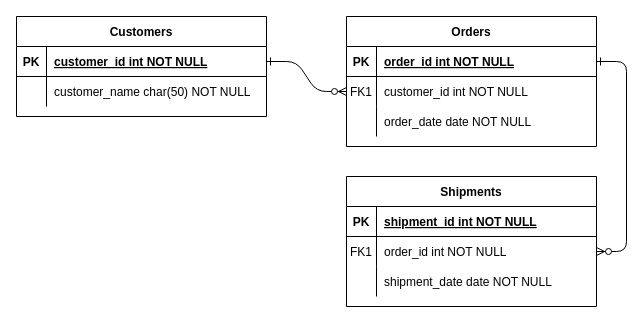
Earlier version of the draw.io diagram Base de Datos/Pokemon_TCG_1.drawio (leaguirre3/A1749322_-TC2005B). Source tidied: cells renumbered, new cells numbered last; positions are measured from the earlier drawing's top-left corner, leaving out a move shared by most shapes. Both pictures are drawn from the tidied source at 100%, with x=0, y=0 at pixel (16, 16).
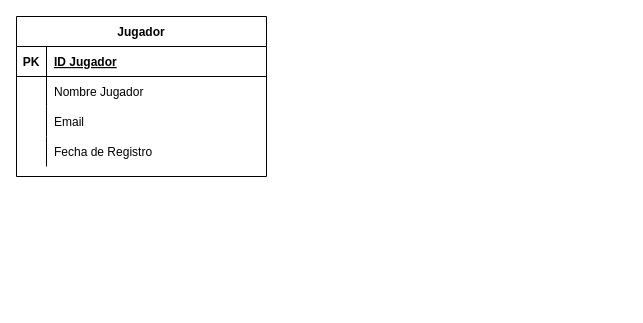
Above is the later version.

Unchanged cells that the change refers to:
```xml
<mxCell id="25" style="shape=partialRectangle;fillColor=none;points=[[0,0.5],[1,0.5]];portConstraint=eastwest;top=0;left=0;right=0;bottom=1;" parent="24" vertex="1">
  <mxGeometry y="30" width="250" height="30" as="geometry" />
</mxCell>
<mxCell id="28" style="shape=partialRectangle;fillColor=none;top=0;left=0;right=0;bottom=0;" parent="24" vertex="1">
  <mxGeometry y="60" width="250" height="30" as="geometry" />
</mxCell>
```

Diff of the diagram source:
```diff
@@
-    <mxCell id="2" style="edgeStyle=entityRelationEdgeStyle;endArrow=ERzeroToMany;startArrow=ERone;endFill=1;startFill=0;" parent="1" edge="1" source="25" target="8">
-      <mxGeometry relative="1" as="geometry" />
-    </mxCell>
-    <mxCell id="3" style="edgeStyle=entityRelationEdgeStyle;endArrow=ERzeroToMany;startArrow=ERone;endFill=1;startFill=0;" parent="1" edge="1" source="5" target="18">
-      <mxGeometry relative="1" as="geometry" />
-    </mxCell>
-    <mxCell id="4" value="Orders" style="shape=table;startSize=30;childLayout=tableLayout;rowLines=0;fontStyle=1;align=center;" parent="1" vertex="1">
-      <mxGeometry x="330" width="250" height="130" as="geometry" />
-    </mxCell>
-    <mxCell id="5" style="shape=partialRectangle;fillColor=none;points=[[0,0.5],[1,0.5]];portConstraint=eastwest;top=0;left=0;right=0;bottom=1;" parent="4" vertex="1">
-      <mxGeometry y="30" width="250" height="30" as="geometry" />
-    </mxCell>
-    <mxCell id="6" value="PK" style="shape=partialRectangle;overflow=hidden;fillColor=none;top=0;left=0;bottom=0;right=0;fontStyle=1;" parent="5" vertex="1">
-      <mxGeometry width="30" height="30" as="geometry" />
-    </mxCell>
-    <mxCell id="7" value="order_id int NOT NULL " style="shape=partialRectangle;overflow=hidden;fillColor=none;top=0;left=0;bottom=0;right=0;align=left;spacingLeft=6;fontStyle=5;" parent="5" vertex="1">
-      <mxGeometry x="30" width="220" height="30" as="geometry" />
-    </mxCell>
-    <mxCell id="8" style="shape=partialRectangle;fillColor=none;points=[[0,0.5],[1,0.5]];portConstraint=eastwest;top=0;left=0;right=0;bottom=0;" parent="4" vertex="1">
-      <mxGeometry y="60" width="250" height="30" as="geometry" />
-    </mxCell>
-    <mxCell id="9" value="FK1" style="shape=partialRectangle;overflow=hidden;fillColor=none;top=0;left=0;bottom=0;right=0;" parent="8" vertex="1">
-      <mxGeometry width="30" height="30" as="geometry" />
-    </mxCell>
-    <mxCell id="10" value="customer_id int NOT NULL" style="shape=partialRectangle;overflow=hidden;fillColor=none;top=0;left=0;bottom=0;right=0;align=left;spacingLeft=6;" parent="8" vertex="1">
-      <mxGeometry x="30" width="220" height="30" as="geometry" />
-    </mxCell>
-    <mxCell id="11" style="shape=partialRectangle;fillColor=none;top=0;left=0;right=0;bottom=0;" parent="4" vertex="1">
-      <mxGeometry y="90" width="250" height="30" as="geometry" />
-    </mxCell>
-    <mxCell id="12" style="shape=partialRectangle;overflow=hidden;fillColor=none;top=0;left=0;bottom=0;right=0;" parent="11" vertex="1">
-      <mxGeometry width="30" height="30" as="geometry" />
-    </mxCell>
-    <mxCell id="13" value="order_date date NOT NULL" style="shape=partialRectangle;overflow=hidden;fillColor=none;top=0;left=0;bottom=0;right=0;align=left;spacingLeft=6;" parent="11" vertex="1">
-      <mxGeometry x="30" width="220" height="30" as="geometry" />
-    </mxCell>
-    <mxCell id="14" value="Shipments" style="shape=table;startSize=30;childLayout=tableLayout;rowLines=0;fontStyle=1;align=center;" parent="1" vertex="1">
-      <mxGeometry x="330" y="160" width="250" height="130" as="geometry" />
-    </mxCell>
-    <mxCell id="15" style="shape=partialRectangle;fillColor=none;top=0;left=0;right=0;bottom=1;" parent="14" vertex="1">
-      <mxGeometry y="30" width="250" height="30" as="geometry" />
-    </mxCell>
-    <mxCell id="16" value="PK" style="shape=partialRectangle;overflow=hidden;fillColor=none;top=0;left=0;bottom=0;right=0;fontStyle=1;" parent="15" vertex="1">
-      <mxGeometry width="30" height="30" as="geometry" />
-    </mxCell>
-    <mxCell id="17" value="shipment_id int NOT NULL " style="shape=partialRectangle;overflow=hidden;fillColor=none;top=0;left=0;bottom=0;right=0;align=left;spacingLeft=6;fontStyle=5;" parent="15" vertex="1">
-      <mxGeometry x="30" width="220" height="30" as="geometry" />
-    </mxCell>
-    <mxCell id="18" style="shape=partialRectangle;fillColor=none;points=[[0,0.5],[1,0.5]];portConstraint=eastwest;top=0;left=0;right=0;bottom=0;" parent="14" vertex="1">
-      <mxGeometry y="60" width="250" height="30" as="geometry" />
-    </mxCell>
-    <mxCell id="19" value="FK1" style="shape=partialRectangle;overflow=hidden;fillColor=none;top=0;left=0;bottom=0;right=0;" parent="18" vertex="1">
-      <mxGeometry width="30" height="30" as="geometry" />
-    </mxCell>
-    <mxCell id="20" value="order_id int NOT NULL" style="shape=partialRectangle;overflow=hidden;fillColor=none;top=0;left=0;bottom=0;right=0;align=left;spacingLeft=6;" parent="18" vertex="1">
-      <mxGeometry x="30" width="220" height="30" as="geometry" />
-    </mxCell>
-    <mxCell id="21" style="shape=partialRectangle;fillColor=none;top=0;left=0;right=0;bottom=0;" parent="14" vertex="1">
-      <mxGeometry y="90" width="250" height="30" as="geometry" />
-    </mxCell>
-    <mxCell id="22" style="shape=partialRectangle;overflow=hidden;fillColor=none;top=0;left=0;bottom=0;right=0;" parent="21" vertex="1">
-      <mxGeometry width="30" height="30" as="geometry" />
-    </mxCell>
-    <mxCell id="23" value="shipment_date date NOT NULL" style="shape=partialRectangle;overflow=hidden;fillColor=none;top=0;left=0;bottom=0;right=0;align=left;spacingLeft=6;" parent="21" vertex="1">
-      <mxGeometry x="30" width="220" height="30" as="geometry" />
-    </mxCell>
-    <mxCell id="24" value="Customers" style="shape=table;startSize=30;childLayout=tableLayout;rowLines=0;fontStyle=1;align=center;" parent="1" vertex="1">
-      <mxGeometry width="250" height="100" as="geometry" />
+    <mxCell id="24" value="Jugador" style="shape=table;startSize=30;childLayout=tableLayout;rowLines=0;fontStyle=1;align=center;" parent="1" vertex="1">
+      <mxGeometry width="250" height="160" as="geometry" />
     </mxCell>
@@
-    <mxCell id="27" value="customer_id int NOT NULL " style="shape=partialRectangle;overflow=hidden;fillColor=none;top=0;left=0;bottom=0;right=0;align=left;spacingLeft=6;fontStyle=5;" parent="25" vertex="1">
+    <mxCell id="27" value="ID Jugador" style="shape=partialRectangle;overflow=hidden;fillColor=none;top=0;left=0;bottom=0;right=0;align=left;spacingLeft=6;fontStyle=5;" parent="25" vertex="1">
       <mxGeometry x="30" width="220" height="30" as="geometry" />
     </mxCell>
@@
-    <mxCell id="30" value="customer_name char(50) NOT NULL" style="shape=partialRectangle;overflow=hidden;fillColor=none;top=0;left=0;bottom=0;right=0;align=left;spacingLeft=6;" parent="28" vertex="1">
+    <mxCell id="30" value="Nombre Jugador" style="shape=partialRectangle;overflow=hidden;fillColor=none;top=0;left=0;bottom=0;right=0;align=left;spacingLeft=6;" parent="28" vertex="1">
       <mxGeometry x="30" width="220" height="30" as="geometry" />
     </mxCell>
+    <mxCell id="31" style="shape=tableRow;horizontal=0;startSize=0;swimlaneHead=0;swimlaneBody=0;fillColor=none;top=0;left=0;right=0;bottom=0;" parent="24" vertex="1">
+      <mxGeometry y="90" width="250" height="30" as="geometry" />
+    </mxCell>
+    <mxCell id="32" style="shape=partialRectangle;fillColor=none;top=0;left=0;bottom=0;right=0;overflow=hidden;" parent="31" vertex="1">
+      <mxGeometry width="30" height="30" as="geometry" />
+    </mxCell>
+    <mxCell id="33" value="Email" style="shape=partialRectangle;fillColor=none;top=0;left=0;bottom=0;right=0;align=left;spacingLeft=6;overflow=hidden;" parent="31" vertex="1">
+      <mxGeometry x="30" width="220" height="30" as="geometry" />
+    </mxCell>
+    <mxCell id="34" style="shape=tableRow;horizontal=0;startSize=0;swimlaneHead=0;swimlaneBody=0;fillColor=none;top=0;left=0;right=0;bottom=0;" parent="24" vertex="1">
+      <mxGeometry y="120" width="250" height="30" as="geometry" />
+    </mxCell>
+    <mxCell id="35" style="shape=partialRectangle;fillColor=none;top=0;left=0;bottom=0;right=0;overflow=hidden;" parent="34" vertex="1">
+      <mxGeometry width="30" height="30" as="geometry" />
+    </mxCell>
+    <mxCell id="36" value="Fecha de Registro" style="shape=partialRectangle;fillColor=none;top=0;left=0;bottom=0;right=0;align=left;spacingLeft=6;overflow=hidden;" parent="34" vertex="1">
+      <mxGeometry x="30" width="220" height="30" as="geometry" />
+    </mxCell>
```
